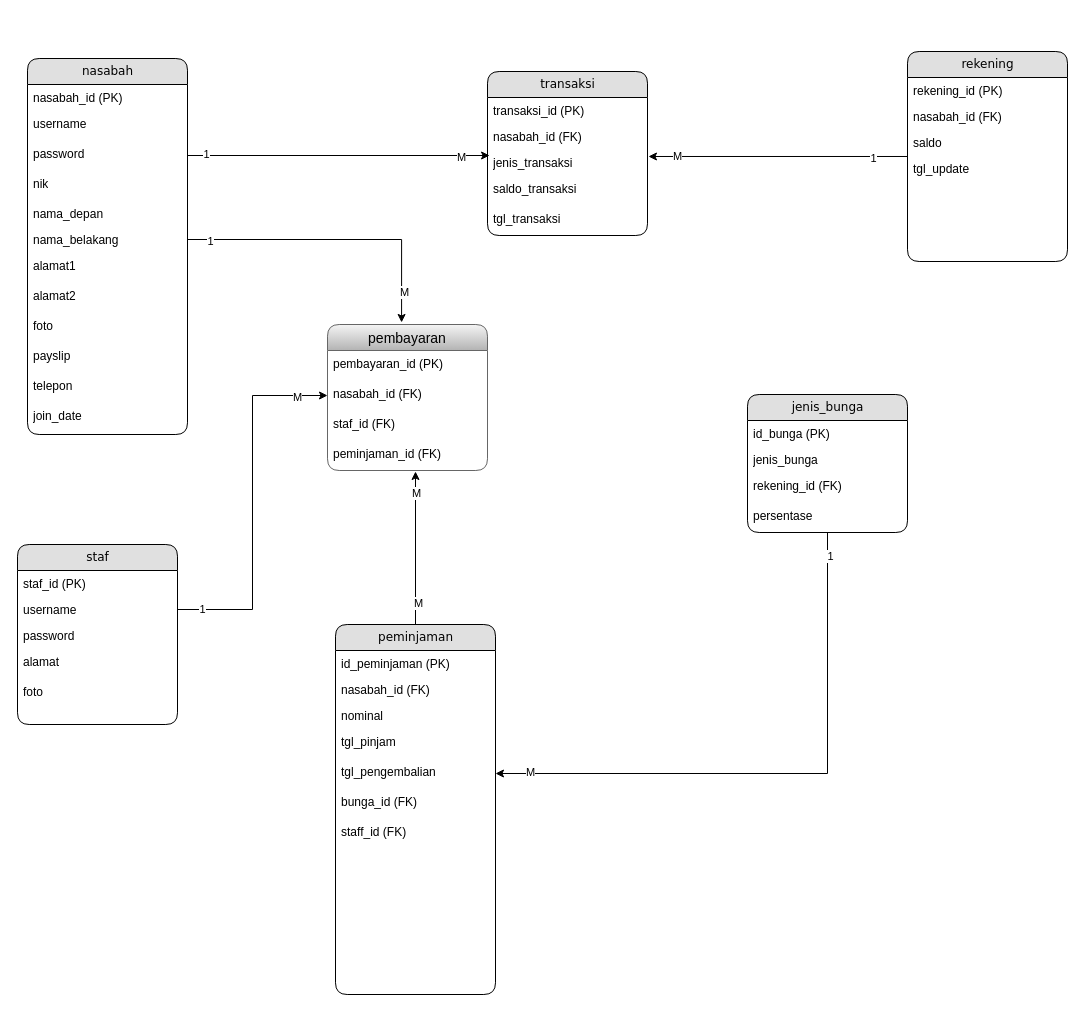
The draw.io diagram database_diagram_koperasi_simpan_pinjam.drawio in Tchehetheere/x9_academy-draw-io, before the edit. Source tidied: cells renumbered, new cells numbered last; positions are measured from the earlier drawing's top-left corner, leaving out a move shared by most shapes. Both pictures are drawn from the tidied source at 100%, with x=0, y=0 at pixel (17, 51).
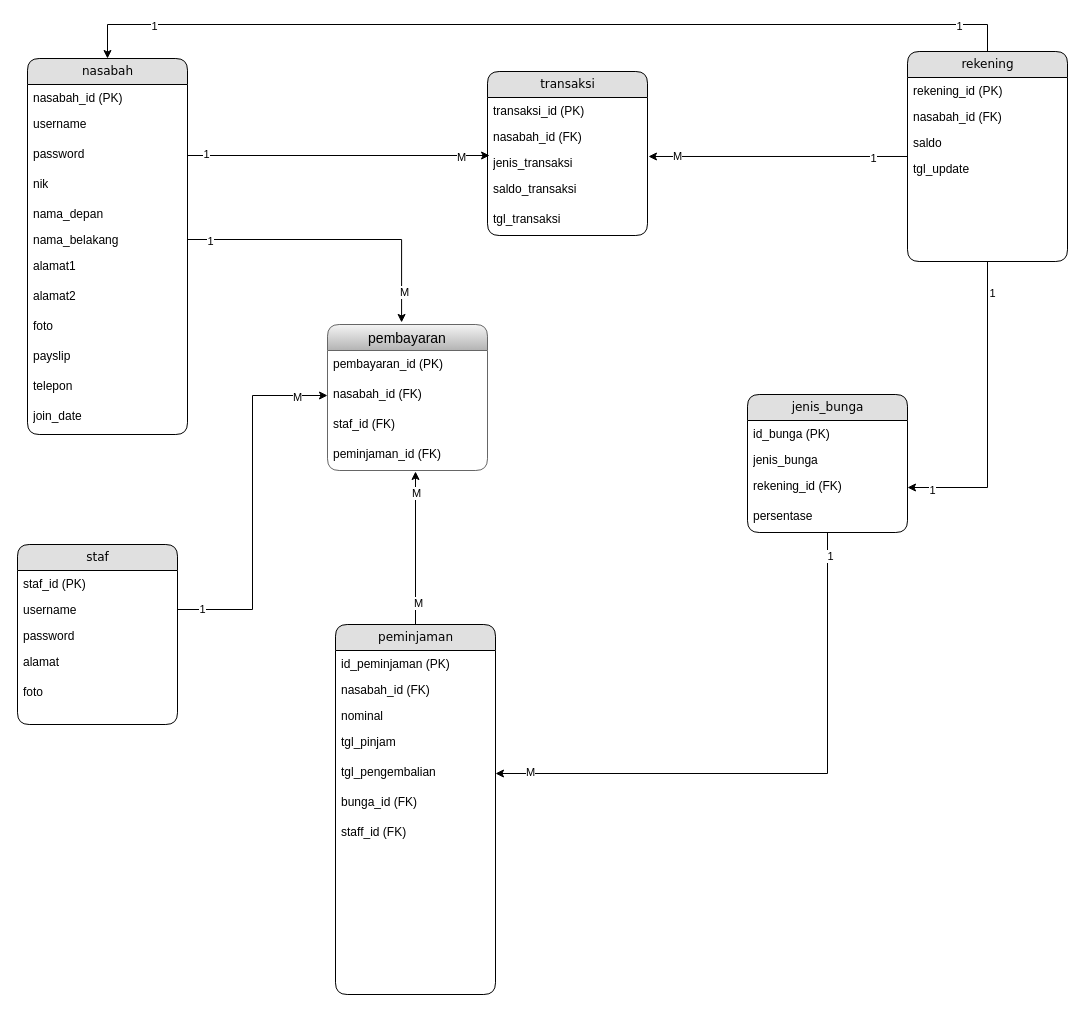
The same diagram, later.

Commit message:
update relation rekening

The change refers to these unchanged cells:
```xml
<mxCell id="2" value="nasabah" style="swimlane;html=1;fontStyle=0;horizontal=1;startSize=26;fillColor=#e0e0e0;swimlaneFillColor=#ffffff;align=center;rounded=1;shadow=0;comic=0;labelBackgroundColor=none;strokeWidth=1;fontFamily=Verdana;fontSize=12;" parent="1" vertex="1">
  <mxGeometry x="10" y="7" width="160" height="376" as="geometry" />
</mxCell>
<mxCell id="38" value="rekening_id (FK)" style="text;strokeColor=none;fillColor=none;spacingLeft=4;spacingRight=4;overflow=hidden;points=[[0,0.5],[1,0.5]];portConstraint=eastwest;fontSize=12;whiteSpace=wrap;html=1;" parent="35" vertex="1">
  <mxGeometry y="78" width="160" height="30" as="geometry" />
</mxCell>
<mxCell id="48" value="rekening" style="swimlane;html=1;fontStyle=0;horizontal=1;startSize=26;fillColor=#e0e0e0;swimlaneFillColor=#ffffff;align=center;rounded=1;shadow=0;comic=0;labelBackgroundColor=none;strokeWidth=1;fontFamily=Verdana;fontSize=12;" parent="1" vertex="1">
  <mxGeometry x="890" width="160" height="210" as="geometry" />
</mxCell>
```

What changed in the source:
```diff
@@
+    <mxCell id="68" style="edgeStyle=orthogonalEdgeStyle;rounded=0;jettySize=auto;html=1;entryX=1;entryY=0.5;entryDx=0;entryDy=0;" parent="1" edge="1" source="48" target="38">
+      <mxGeometry relative="1" as="geometry" />
+    </mxCell>
+    <mxCell id="69" value="1" style="edgeLabel;html=1;align=center;verticalAlign=middle;" parent="68" vertex="1">
+      <mxGeometry x="0.84" y="2" relative="1" as="geometry" />
+    </mxCell>
+    <mxCell id="70" value="1" style="edgeLabel;html=1;align=center;verticalAlign=middle;" parent="68" vertex="1">
+      <mxGeometry x="-0.8" y="4" relative="1" as="geometry" />
+    </mxCell>
@@
+    <mxCell id="71" style="edgeStyle=orthogonalEdgeStyle;rounded=0;jettySize=auto;html=1;entryX=0.5;entryY=0;entryDx=0;entryDy=0;exitX=0.5;exitY=0;exitDx=0;exitDy=0;" parent="1" edge="1" source="48" target="2">
+      <mxGeometry relative="1" as="geometry">
+        <Array as="points">
+          <mxPoint x="970" y="-27" />
+          <mxPoint x="90" y="-27" />
+        </Array>
+      </mxGeometry>
+    </mxCell>
+    <mxCell id="72" value="1" style="edgeLabel;html=1;align=center;verticalAlign=middle;" parent="71" vertex="1">
+      <mxGeometry x="0.83" y="1" relative="1" as="geometry" />
+    </mxCell>
+    <mxCell id="73" value="1 " style="edgeLabel;html=1;align=center;verticalAlign=middle;" parent="71" vertex="1">
+      <mxGeometry x="-0.88" y="1" relative="1" as="geometry" />
+    </mxCell>
```
